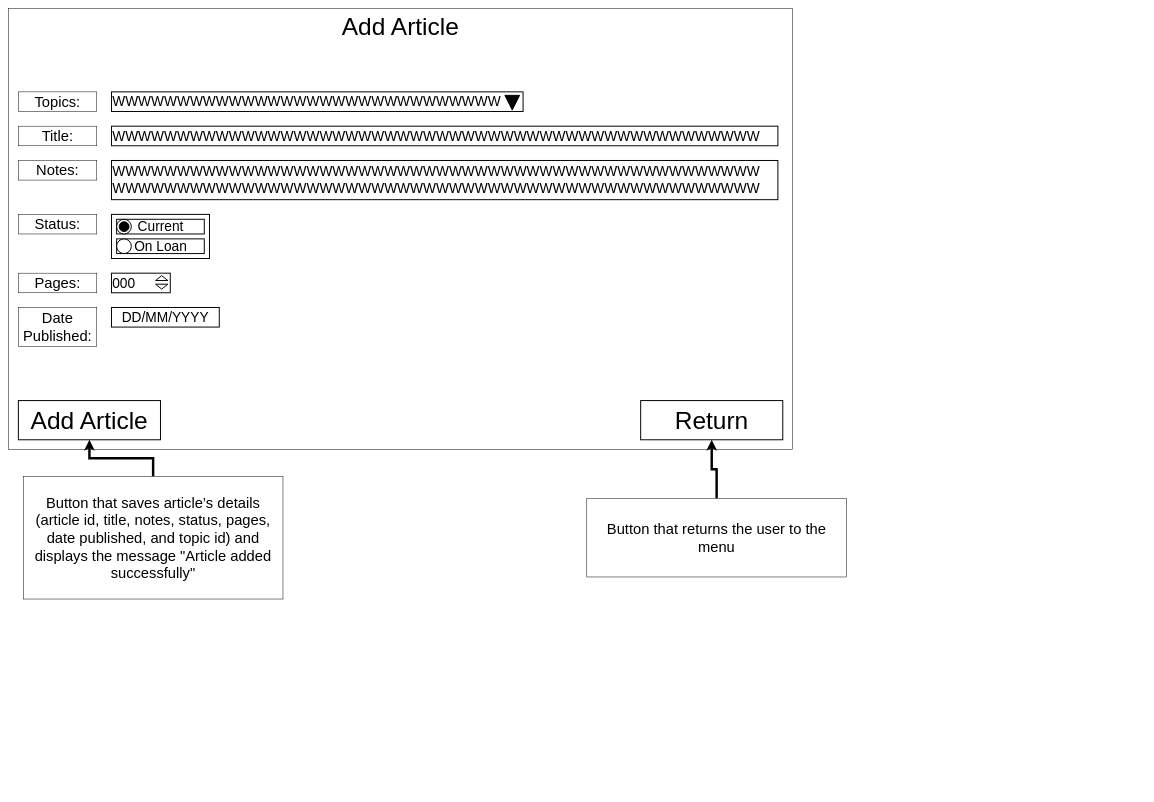
Above: AddArticle.drawio in guywhohasagun/5603ass2 (draw.io), before the change. Source tidied: cells renumbered, new cells numbered last; positions are measured from the earlier drawing's top-left corner, leaving out a move shared by most shapes. Both pictures are drawn from the tidied source at 49%, with x=0, y=0 at pixel (8, 8).
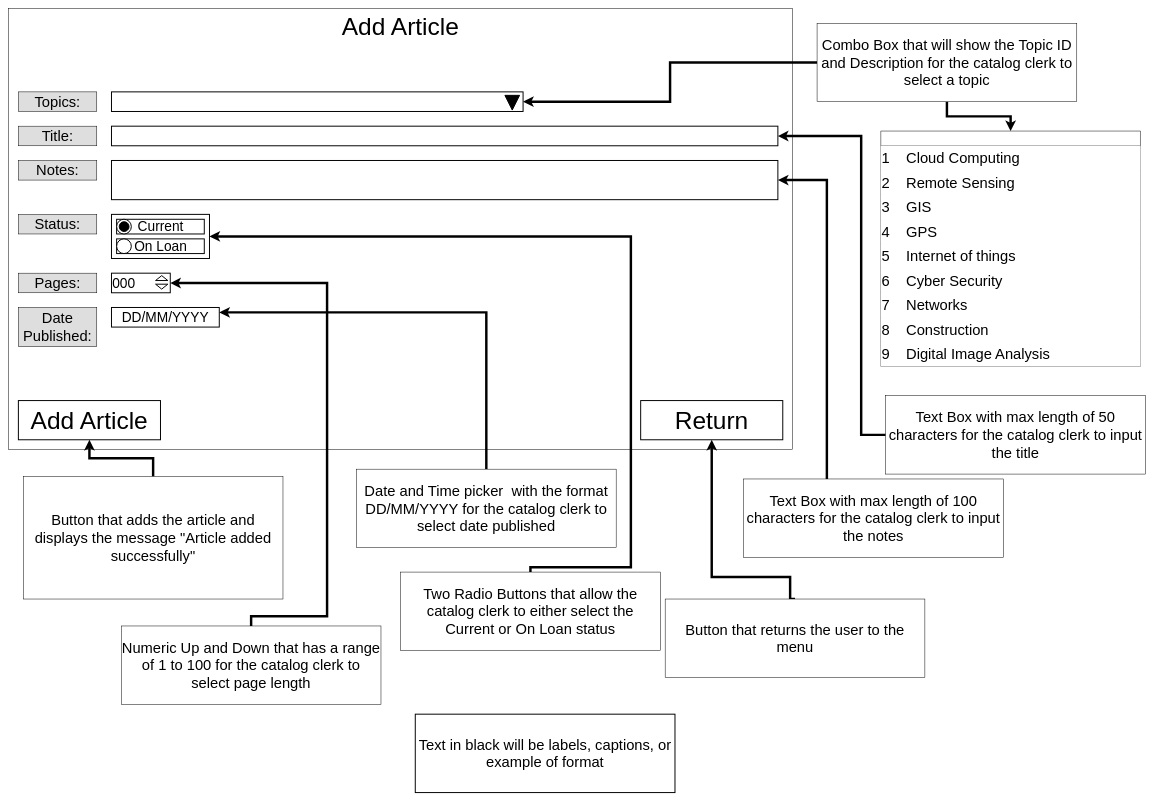
After the change.

The change refers to these unchanged cells:
```xml
<mxCell id="6" style="rounded=0;whiteSpace=wrap;html=1;fontSize=28;align=center;strokeWidth=2;" parent="5" vertex="1">
  <mxGeometry width="200" height="90" as="geometry" />
</mxCell>
<mxCell id="16" value="&lt;div style=&quot;font-size: 28px;&quot;&gt;000&lt;br style=&quot;font-size: 28px;&quot;&gt;&lt;/div&gt;" style="rounded=0;whiteSpace=wrap;html=1;fontSize=28;align=left;strokeWidth=2;" parent="15" vertex="1">
  <mxGeometry width="120" height="40" as="geometry" />
</mxCell>
<mxCell id="19" value="DD/MM/YYYY" style="rounded=0;whiteSpace=wrap;html=1;fontSize=28;strokeWidth=2;" parent="1" vertex="1">
  <mxGeometry x="210" y="610" width="220" height="40" as="geometry" />
</mxCell>
<mxCell id="29" value="Return" style="rounded=0;whiteSpace=wrap;html=1;fontSize=50;strokeWidth=2;" parent="1" vertex="1">
  <mxGeometry x="1290" y="800" width="290" height="80" as="geometry" />
</mxCell>
```

The edit, as a diff of the source:
```diff
@@
-    <mxCell id="3" value="&lt;div style=&quot;font-size: 28px;&quot;&gt;WWWWWWWWWWWWWWWWWWWWWWWWWWWWWWWWWWWWWWWWWWWWWWWWWW&lt;/div&gt;&lt;div style=&quot;font-size: 28px;&quot;&gt;WWWWWWWWWWWWWWWWWWWWWWWWWWWWWWWWWWWWWWWWWWWWWWWWWW&lt;/div&gt;" style="rounded=0;whiteSpace=wrap;html=1;strokeColor=default;fontSize=28;align=left;strokeWidth=2;" parent="1" vertex="1">
+    <mxCell id="3" style="rounded=0;whiteSpace=wrap;html=1;strokeColor=default;fontSize=28;align=left;strokeWidth=2;" parent="1" vertex="1">
       <mxGeometry x="210" y="310" width="1360" height="80" as="geometry" />
     </mxCell>
-    <mxCell id="4" value="WWWWWWWWWWWWWWWWWWWWWWWWWWWWWWWWWWWWWWWWWWWWWWWWWW" style="rounded=0;whiteSpace=wrap;html=1;strokeColor=default;fontSize=28;align=left;strokeWidth=2;" parent="1" vertex="1">
+    <mxCell id="4" style="rounded=0;whiteSpace=wrap;html=1;strokeColor=default;fontSize=28;align=left;strokeWidth=2;" parent="1" vertex="1">
       <mxGeometry x="210" y="240" width="1360" height="40" as="geometry" />
     </mxCell>
@@
-    <mxCell id="20" value="Title:" style="rounded=0;whiteSpace=wrap;html=1;fontSize=30;" parent="1" vertex="1">
+    <mxCell id="20" value="Title:" style="rounded=0;whiteSpace=wrap;html=1;fontSize=30;fillColor=#DEDEDE;" parent="1" vertex="1">
       <mxGeometry x="20" y="240" width="160" height="40" as="geometry" />
     </mxCell>
-    <mxCell id="21" value="Topics:" style="rounded=0;whiteSpace=wrap;html=1;fontSize=30;" parent="1" vertex="1">
+    <mxCell id="21" value="Topics:" style="rounded=0;whiteSpace=wrap;html=1;fontSize=30;fillColor=#DEDEDE;" parent="1" vertex="1">
       <mxGeometry x="20" y="170" width="160" height="40" as="geometry" />
     </mxCell>
-    <mxCell id="22" value="&lt;font style=&quot;font-size: 28px;&quot;&gt;WWWWWWWWWWWWWWWWWWWWWWWWWWWWWW&lt;/font&gt;" style="rounded=0;whiteSpace=wrap;html=1;fontSize=28;align=left;strokeWidth=2;" parent="1" vertex="1">
+    <mxCell id="22" style="rounded=0;whiteSpace=wrap;html=1;fontSize=28;align=left;strokeWidth=2;" parent="1" vertex="1">
       <mxGeometry x="210" y="170" width="840" height="40" as="geometry" />
     </mxCell>
@@
-    <mxCell id="24" value="Notes:" style="rounded=0;whiteSpace=wrap;html=1;fontSize=30;" parent="1" vertex="1">
+    <mxCell id="24" value="Notes:" style="rounded=0;whiteSpace=wrap;html=1;fontSize=30;fillColor=#DEDEDE;" parent="1" vertex="1">
       <mxGeometry x="20" y="310" width="160" height="40" as="geometry" />
     </mxCell>
-    <mxCell id="25" value="Status:" style="rounded=0;whiteSpace=wrap;html=1;fontSize=30;" parent="1" vertex="1">
+    <mxCell id="25" value="Status:" style="rounded=0;whiteSpace=wrap;html=1;fontSize=30;fillColor=#DEDEDE;" parent="1" vertex="1">
       <mxGeometry x="20" y="420" width="160" height="40" as="geometry" />
     </mxCell>
-    <mxCell id="26" value="Pages:" style="rounded=0;whiteSpace=wrap;html=1;fontSize=30;" parent="1" vertex="1">
+    <mxCell id="26" value="Pages:" style="rounded=0;whiteSpace=wrap;html=1;fontSize=30;fillColor=#DEDEDE;" parent="1" vertex="1">
       <mxGeometry x="20" y="540" width="160" height="40" as="geometry" />
     </mxCell>
-    <mxCell id="27" value="Date &lt;br&gt;Published:" style="rounded=0;whiteSpace=wrap;html=1;fontSize=30;" parent="1" vertex="1">
+    <mxCell id="27" value="Date &lt;br&gt;Published:" style="rounded=0;whiteSpace=wrap;html=1;fontSize=30;fillColor=#DEDEDE;" parent="1" vertex="1">
       <mxGeometry x="20" y="610" width="160" height="80" as="geometry" />
     </mxCell>
@@
-    <mxCell id="30" style="edgeStyle=orthogonalEdgeStyle;rounded=0;jettySize=auto;html=1;fontSize=100;strokeWidth=5;" parent="1" edge="1" source="31" target="29">
+    <mxCell id="30" style="edgeStyle=orthogonalEdgeStyle;rounded=0;jettySize=auto;html=1;fontSize=100;strokeWidth=5;exitX=0.5;exitY=0;exitDx=0;exitDy=0;" parent="1" edge="1" source="31" target="29">
       <mxGeometry relative="1" as="geometry">
         <Array as="points">
-          <mxPoint x="1445" y="940" />
-          <mxPoint x="1435" y="940" />
+          <mxPoint x="1595" y="1205" />
+          <mxPoint x="1595" y="1160" />
+          <mxPoint x="1435" y="1160" />
         </Array>
       </mxGeometry>
     </mxCell>
     <mxCell id="31" value="Button that returns the user to the menu" style="rounded=0;whiteSpace=wrap;html=1;fontSize=30;" parent="1" vertex="1">
-      <mxGeometry x="1180" y="1000" width="530" height="160" as="geometry" />
+      <mxGeometry x="1340" y="1205" width="530" height="160" as="geometry" />
     </mxCell>
@@
-    <mxCell id="33" value="Button that saves article’s details (article id, title, notes, status, pages, date published, and topic id) and displays the message &quot;Article added successfully&quot;" style="rounded=0;whiteSpace=wrap;html=1;fontSize=30;" parent="1" vertex="1">
+    <mxCell id="33" value="Button that adds the article and displays the message &quot;Article added successfully&quot;" style="rounded=0;whiteSpace=wrap;html=1;fontSize=30;" parent="1" vertex="1">
       <mxGeometry x="30" y="955" width="530" height="250" as="geometry" />
     </mxCell>
+    <mxCell id="34" style="edgeStyle=orthogonalEdgeStyle;rounded=0;jettySize=auto;html=1;strokeWidth=5;" parent="1" edge="1" source="36" target="22">
+      <mxGeometry relative="1" as="geometry" />
+    </mxCell>
+    <mxCell id="35" style="edgeStyle=orthogonalEdgeStyle;rounded=0;jettySize=auto;html=1;entryX=0.5;entryY=0;entryDx=0;entryDy=0;strokeWidth=5;" parent="1" edge="1" source="36" target="37">
+      <mxGeometry relative="1" as="geometry" />
+    </mxCell>
+    <mxCell id="36" value="Combo Box that will show the Topic ID and Description for the catalog clerk to select a topic" style="rounded=0;whiteSpace=wrap;html=1;fontSize=30;" parent="1" vertex="1">
+      <mxGeometry x="1650" y="30" width="530" height="160" as="geometry" />
+    </mxCell>
+    <mxCell id="37" style="swimlane;fontStyle=0;horizontal=1;startSize=30;whiteSpace=wrap;html=1;fontSize=30;align=left;fillColor=default;" parent="1" vertex="1">
+      <mxGeometry x="1780" y="250" width="530" height="480" as="geometry" />
+    </mxCell>
+    <mxCell id="38" value="1&amp;nbsp;&amp;nbsp;&amp;nbsp; Cloud Computing" style="text;html=1;align=left;verticalAlign=middle;strokeColor=none;fillColor=default;fontSize=30;" parent="37" vertex="1">
+      <mxGeometry y="30" width="530" height="50" as="geometry" />
+    </mxCell>
+    <mxCell id="39" value="2&amp;nbsp;&amp;nbsp;&amp;nbsp; Remote Sensing" style="text;html=1;align=left;verticalAlign=middle;strokeColor=none;fillColor=default;fontSize=30;" parent="37" vertex="1">
+      <mxGeometry y="80" width="530" height="50" as="geometry" />
+    </mxCell>
+    <mxCell id="40" value="3&amp;nbsp;&amp;nbsp;&amp;nbsp; GIS" style="text;html=1;align=left;verticalAlign=middle;strokeColor=none;fillColor=default;fontSize=30;" parent="37" vertex="1">
+      <mxGeometry y="130" width="530" height="50" as="geometry" />
+    </mxCell>
+    <mxCell id="41" value="4&amp;nbsp;&amp;nbsp;&amp;nbsp; GPS" style="text;html=1;align=left;verticalAlign=middle;strokeColor=none;fillColor=default;fontSize=30;" parent="37" vertex="1">
+      <mxGeometry y="180" width="530" height="50" as="geometry" />
+    </mxCell>
+    <mxCell id="42" value="5&amp;nbsp;&amp;nbsp;&amp;nbsp; Internet of things&amp;nbsp;&amp;nbsp;&amp;nbsp; " style="text;html=1;align=left;verticalAlign=middle;strokeColor=none;fillColor=default;fontSize=30;" parent="37" vertex="1">
+      <mxGeometry y="230" width="530" height="50" as="geometry" />
+    </mxCell>
+    <mxCell id="43" value="6&amp;nbsp;&amp;nbsp;&amp;nbsp; Cyber Security" style="text;html=1;align=left;verticalAlign=middle;strokeColor=none;fillColor=default;fontSize=30;" parent="37" vertex="1">
+      <mxGeometry y="280" width="530" height="50" as="geometry" />
+    </mxCell>
+    <mxCell id="44" value="7&amp;nbsp;&amp;nbsp;&amp;nbsp; Networks" style="text;html=1;align=left;verticalAlign=middle;strokeColor=none;fillColor=default;fontSize=30;" parent="37" vertex="1">
+      <mxGeometry y="330" width="530" height="50" as="geometry" />
+    </mxCell>
+    <mxCell id="45" value="8&amp;nbsp;&amp;nbsp;&amp;nbsp; Construction" style="text;html=1;align=left;verticalAlign=middle;strokeColor=none;fillColor=default;fontSize=30;" parent="37" vertex="1">
+      <mxGeometry y="380" width="530" height="50" as="geometry" />
+    </mxCell>
+    <mxCell id="46" value="9&amp;nbsp;&amp;nbsp;&amp;nbsp; Digital Image Analysis" style="text;html=1;align=left;verticalAlign=middle;strokeColor=none;fillColor=default;fontSize=30;" parent="37" vertex="1">
+      <mxGeometry y="430" width="530" height="50" as="geometry" />
+    </mxCell>
+    <mxCell id="47" style="edgeStyle=orthogonalEdgeStyle;rounded=0;jettySize=auto;html=1;entryX=1;entryY=0.5;entryDx=0;entryDy=0;strokeWidth=5;" parent="1" edge="1" source="48" target="4">
+      <mxGeometry relative="1" as="geometry">
+        <Array as="points">
+          <mxPoint x="1740" y="870" />
+          <mxPoint x="1740" y="260" />
+        </Array>
+      </mxGeometry>
+    </mxCell>
+    <mxCell id="48" value="Text Box with max length of 50 characters for the catalog clerk to input the title" style="rounded=0;whiteSpace=wrap;html=1;fontSize=30;" parent="1" vertex="1">
+      <mxGeometry x="1790" y="790" width="530" height="160" as="geometry" />
+    </mxCell>
+    <mxCell id="49" style="edgeStyle=orthogonalEdgeStyle;rounded=0;jettySize=auto;html=1;entryX=1;entryY=0.5;entryDx=0;entryDy=0;strokeWidth=5;" parent="1" edge="1" source="50" target="3">
+      <mxGeometry relative="1" as="geometry">
+        <Array as="points">
+          <mxPoint x="1670" y="350" />
+        </Array>
+      </mxGeometry>
+    </mxCell>
+    <mxCell id="50" value="Text Box with max length of 100 characters for the catalog clerk to input the notes" style="rounded=0;whiteSpace=wrap;html=1;fontSize=30;" parent="1" vertex="1">
+      <mxGeometry x="1500" y="960" width="530" height="160" as="geometry" />
+    </mxCell>
+    <mxCell id="51" value="Two Radio Buttons that allow the catalog clerk to either select the Current or On Loan status " style="rounded=0;whiteSpace=wrap;html=1;fontSize=30;" parent="1" vertex="1">
+      <mxGeometry x="800" y="1150" width="530" height="160" as="geometry" />
+    </mxCell>
+    <mxCell id="52" style="edgeStyle=orthogonalEdgeStyle;rounded=0;jettySize=auto;html=1;entryX=1;entryY=0.5;entryDx=0;entryDy=0;exitX=0.5;exitY=0;exitDx=0;exitDy=0;strokeWidth=5;" parent="1" edge="1" source="51" target="6">
+      <mxGeometry relative="1" as="geometry">
+        <Array as="points">
+          <mxPoint x="1065" y="1140" />
+          <mxPoint x="1270" y="1140" />
+          <mxPoint x="1270" y="465" />
+        </Array>
+      </mxGeometry>
+    </mxCell>
+    <mxCell id="53" style="edgeStyle=orthogonalEdgeStyle;rounded=0;jettySize=auto;html=1;entryX=1;entryY=0.5;entryDx=0;entryDy=0;exitX=0.5;exitY=0;exitDx=0;exitDy=0;strokeWidth=5;" parent="1" edge="1" source="54" target="16">
+      <mxGeometry relative="1" as="geometry">
+        <Array as="points">
+          <mxPoint x="495" y="1240" />
+          <mxPoint x="650" y="1240" />
+          <mxPoint x="650" y="560" />
+        </Array>
+      </mxGeometry>
+    </mxCell>
+    <mxCell id="54" value="Numeric Up and Down that has a range of 1 to 100 for the catalog clerk to select page length" style="rounded=0;whiteSpace=wrap;html=1;fontSize=30;" parent="1" vertex="1">
+      <mxGeometry x="230" y="1260" width="530" height="160" as="geometry" />
+    </mxCell>
+    <mxCell id="55" style="edgeStyle=orthogonalEdgeStyle;rounded=0;jettySize=auto;html=1;entryX=1;entryY=0.25;entryDx=0;entryDy=0;exitX=0.5;exitY=0;exitDx=0;exitDy=0;strokeWidth=5;" parent="1" edge="1" source="56" target="19">
+      <mxGeometry relative="1" as="geometry" />
+    </mxCell>
+    <mxCell id="56" value="Date and Time picker&amp;nbsp; with the format DD/MM/YYYY for the catalog clerk to select date published" style="rounded=0;whiteSpace=wrap;html=1;fontSize=30;" parent="1" vertex="1">
+      <mxGeometry x="710" y="940" width="530" height="160" as="geometry" />
+    </mxCell>
+    <mxCell id="57" value="Text in black will be labels, captions, or example of format" style="rounded=0;whiteSpace=wrap;html=1;fontSize=30;strokeWidth=2;" parent="1" vertex="1">
+      <mxGeometry x="830" y="1440" width="530" height="160" as="geometry" />
+    </mxCell>
```
